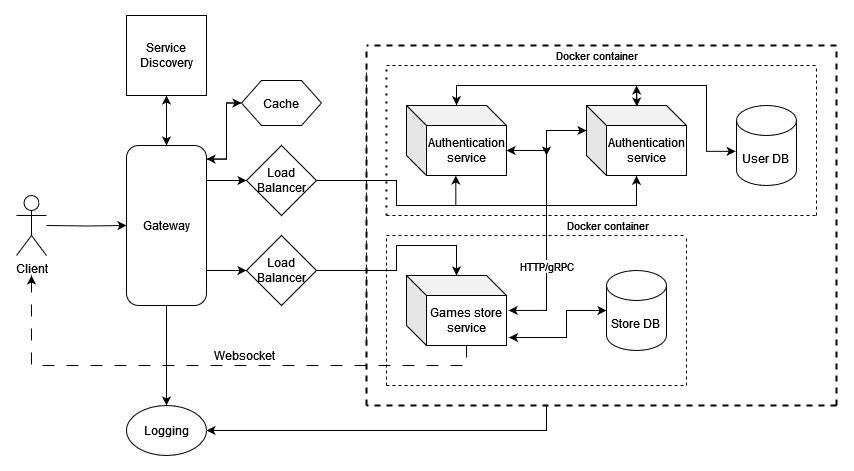
This is utils/SystemArchitecture.png from Syn4z/PAD-Labs, a draw.io export, as it was before one commit. Source tidied: cells renumbered, new cells last; positions are measured from the earlier drawing's top-left corner, leaving out a move shared by most shapes.
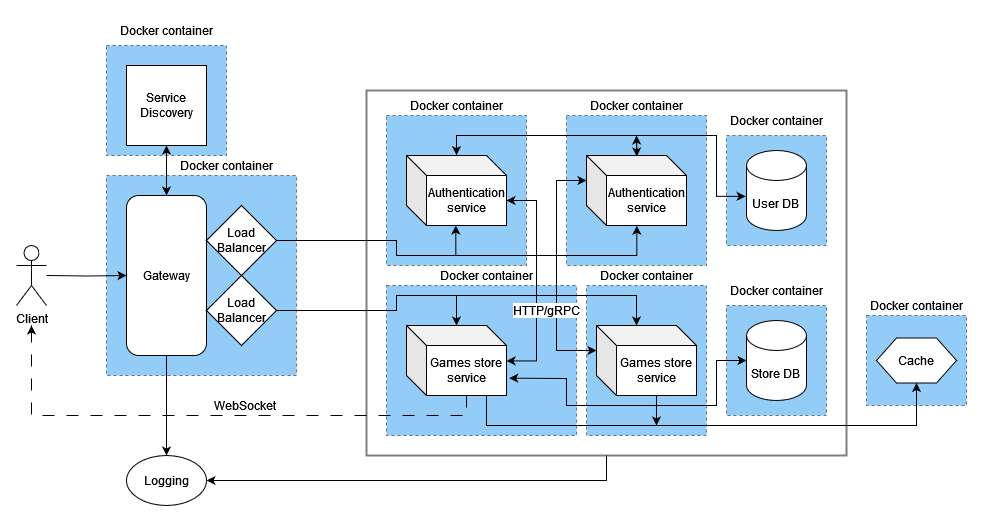
The same file after the commit.

Diff of the diagram source:
```diff
@@ -4,7 +4,37 @@
     <mxCell id="1" parent="0" />
+    <mxCell id="52" style="rounded=0;whiteSpace=wrap;html=1;opacity=50;strokeColor=default;align=center;verticalAlign=middle;fontFamily=Helvetica;fontSize=12;fontColor=default;fillColor=none;strokeWidth=2;" parent="1" vertex="1">
+      <mxGeometry x="350" y="25" width="480" height="365" as="geometry" />
+    </mxCell>
+    <mxCell id="53" style="rounded=0;whiteSpace=wrap;html=1;dashed=1;opacity=50;strokeColor=default;align=center;verticalAlign=middle;fontFamily=Helvetica;fontSize=12;fontColor=default;fillColor=#2599EE;" parent="1" vertex="1">
+      <mxGeometry x="570" y="220" width="120" height="150" as="geometry" />
+    </mxCell>
+    <mxCell id="54" style="rounded=0;whiteSpace=wrap;html=1;dashed=1;perimeterSpacing=0;opacity=50;fillColor=#2599EE;" parent="1" vertex="1">
+      <mxGeometry x="850" y="250" width="100" height="90" as="geometry" />
+    </mxCell>
+    <mxCell id="55" style="rounded=0;whiteSpace=wrap;html=1;dashed=1;opacity=50;strokeColor=default;align=center;verticalAlign=middle;fontFamily=Helvetica;fontSize=12;fontColor=default;fillColor=#2599EE;" parent="1" vertex="1">
+      <mxGeometry x="370" y="220" width="190" height="150" as="geometry" />
+    </mxCell>
+    <mxCell id="56" style="rounded=0;whiteSpace=wrap;html=1;dashed=1;perimeterSpacing=0;opacity=50;fillColor=#2599EE;" parent="1" vertex="1">
+      <mxGeometry x="90" y="-20" width="120" height="110" as="geometry" />
+    </mxCell>
+    <mxCell id="57" style="rounded=0;whiteSpace=wrap;html=1;dashed=1;perimeterSpacing=0;opacity=50;fillColor=#2599EE;" parent="1" vertex="1">
+      <mxGeometry x="90" y="110" width="190" height="200" as="geometry" />
+    </mxCell>
+    <mxCell id="58" style="rounded=0;whiteSpace=wrap;html=1;dashed=1;opacity=50;strokeColor=default;align=center;verticalAlign=middle;fontFamily=Helvetica;fontSize=12;fontColor=default;fillColor=#2599EE;" parent="1" vertex="1">
+      <mxGeometry x="710" y="240" width="100" height="110" as="geometry" />
+    </mxCell>
+    <mxCell id="59" style="rounded=0;whiteSpace=wrap;html=1;dashed=1;opacity=50;strokeColor=default;align=center;verticalAlign=middle;fontFamily=Helvetica;fontSize=12;fontColor=default;fillColor=#2599EE;" parent="1" vertex="1">
+      <mxGeometry x="710" y="70" width="100" height="110" as="geometry" />
+    </mxCell>
+    <mxCell id="60" style="rounded=0;whiteSpace=wrap;html=1;dashed=1;perimeterSpacing=0;opacity=50;fillColor=#2599EE;" parent="1" vertex="1">
+      <mxGeometry x="550" y="50" width="140" height="150" as="geometry" />
+    </mxCell>
+    <mxCell id="61" style="rounded=0;whiteSpace=wrap;html=1;dashed=1;perimeterSpacing=0;opacity=50;fillColor=#2599EE;" parent="1" vertex="1">
+      <mxGeometry x="370" y="50" width="140" height="150" as="geometry" />
+    </mxCell>
     <mxCell id="2" value="&lt;div&gt;User DB&lt;br&gt;&lt;/div&gt;" style="shape=cylinder3;whiteSpace=wrap;html=1;boundedLbl=1;backgroundOutline=1;size=15;shadow=0;" parent="1" vertex="1">
-      <mxGeometry x="720" y="90" width="60" height="80" as="geometry" />
+      <mxGeometry x="730" y="85" width="60" height="80" as="geometry" />
     </mxCell>
     <mxCell id="3" value="&lt;div&gt;Store DB&lt;br&gt;&lt;/div&gt;" style="shape=cylinder3;whiteSpace=wrap;html=1;boundedLbl=1;backgroundOutline=1;size=15;" parent="1" vertex="1">
-      <mxGeometry x="590" y="255" width="60" height="80" as="geometry" />
+      <mxGeometry x="730" y="255" width="60" height="80" as="geometry" />
     </mxCell>
@@ -18,16 +48,2 @@
     </mxCell>
-    <mxCell id="6" style="edgeStyle=orthogonalEdgeStyle;rounded=0;jettySize=auto;html=1;exitX=1;exitY=0.25;exitDx=0;exitDy=0;entryX=0;entryY=0.5;entryDx=0;entryDy=0;" parent="1" edge="1" source="11" target="18">
-      <mxGeometry relative="1" as="geometry">
-        <Array as="points">
-          <mxPoint x="190" y="165" />
-        </Array>
-      </mxGeometry>
-    </mxCell>
-    <mxCell id="7" style="edgeStyle=orthogonalEdgeStyle;rounded=0;jettySize=auto;html=1;exitX=1;exitY=0.75;exitDx=0;exitDy=0;entryX=0;entryY=0.5;entryDx=0;entryDy=0;" parent="1" edge="1" source="11" target="19">
-      <mxGeometry relative="1" as="geometry">
-        <Array as="points">
-          <mxPoint x="190" y="255" />
-        </Array>
-      </mxGeometry>
-    </mxCell>
     <mxCell id="8" style="edgeStyle=orthogonalEdgeStyle;rounded=0;jettySize=auto;html=1;exitX=0.5;exitY=0;exitDx=0;exitDy=0;" parent="1" edge="1" source="11">
@@ -37,10 +53,2 @@
     </mxCell>
-    <mxCell id="9" style="edgeStyle=orthogonalEdgeStyle;rounded=0;jettySize=auto;html=1;exitX=1.004;exitY=0.085;exitDx=0;exitDy=0;entryX=0;entryY=0.5;entryDx=0;entryDy=0;exitPerimeter=0;" parent="1" edge="1" source="11" target="29">
-      <mxGeometry relative="1" as="geometry">
-        <Array as="points">
-          <mxPoint x="210" y="144" />
-          <mxPoint x="210" y="88" />
-        </Array>
-      </mxGeometry>
-    </mxCell>
     <mxCell id="10" style="edgeStyle=orthogonalEdgeStyle;rounded=0;jettySize=auto;html=1;exitX=0.5;exitY=1;exitDx=0;exitDy=0;entryX=0.5;entryY=0;entryDx=0;entryDy=0;" parent="1" edge="1" source="11" target="35">
@@ -51,32 +59,2 @@
     </mxCell>
-    <mxCell id="12" style="endArrow=none;dashed=1;html=1;rounded=0;" parent="1" edge="1">
-      <mxGeometry relative="1" as="geometry">
-        <mxPoint x="350" y="330" as="sourcePoint" />
-        <mxPoint x="350" y="50" as="targetPoint" />
-      </mxGeometry>
-    </mxCell>
-    <mxCell id="13" style="endArrow=none;dashed=1;html=1;rounded=0;strokeWidth=2;" parent="1" edge="1">
-      <mxGeometry relative="1" as="geometry">
-        <mxPoint x="350" y="390" as="sourcePoint" />
-        <mxPoint x="350" y="30" as="targetPoint" />
-      </mxGeometry>
-    </mxCell>
-    <mxCell id="14" style="endArrow=none;dashed=1;html=1;rounded=0;strokeWidth=2;" parent="1" edge="1">
-      <mxGeometry relative="1" as="geometry">
-        <mxPoint x="820" y="390" as="sourcePoint" />
-        <mxPoint x="820" y="30" as="targetPoint" />
-      </mxGeometry>
-    </mxCell>
-    <mxCell id="15" style="endArrow=none;dashed=1;html=1;rounded=0;strokeWidth=2;" parent="1" edge="1">
-      <mxGeometry relative="1" as="geometry">
-        <mxPoint x="820" y="30" as="sourcePoint" />
-        <mxPoint x="350" y="30" as="targetPoint" />
-      </mxGeometry>
-    </mxCell>
-    <mxCell id="16" style="endArrow=none;dashed=1;html=1;rounded=0;strokeWidth=2;" parent="1" edge="1">
-      <mxGeometry relative="1" as="geometry">
-        <mxPoint x="820" y="390" as="sourcePoint" />
-        <mxPoint x="350" y="390" as="targetPoint" />
-      </mxGeometry>
-    </mxCell>
     <mxCell id="17" value="Authentication service" style="shape=cube;whiteSpace=wrap;html=1;boundedLbl=1;backgroundOutline=1;darkOpacity=0.05;darkOpacity2=0.1;" parent="1" vertex="1">
@@ -85,6 +63,6 @@
     <mxCell id="18" value="Load Balancer" style="rhombus;whiteSpace=wrap;html=1;" parent="1" vertex="1">
-      <mxGeometry x="230" y="130" width="70" height="70" as="geometry" />
+      <mxGeometry x="190" y="140" width="70" height="70" as="geometry" />
     </mxCell>
     <mxCell id="19" value="Load Balancer" style="rhombus;whiteSpace=wrap;html=1;" parent="1" vertex="1">
-      <mxGeometry x="230" y="220" width="70" height="70" as="geometry" />
+      <mxGeometry x="190" y="210" width="70" height="70" as="geometry" />
     </mxCell>
@@ -99,3 +77,3 @@
     </mxCell>
-    <mxCell id="21" value="&lt;font style=&quot;font-size: 12px;&quot;&gt;Websocket&lt;/font&gt;" style="edgeLabel;html=1;align=center;verticalAlign=middle;" parent="20" vertex="1">
+    <mxCell id="21" value="&lt;font style=&quot;font-size: 12px;&quot;&gt;WebSocket&lt;/font&gt;" style="edgeLabel;html=1;align=center;verticalAlign=middle;" parent="20" vertex="1">
       <mxGeometry x="-0.26" y="-1" relative="1" as="geometry">
@@ -104,2 +82,11 @@
     </mxCell>
+    <mxCell id="62" style="edgeStyle=orthogonalEdgeStyle;rounded=0;jettySize=auto;html=1;exitX=0;exitY=0;exitDx=60;exitDy=70;exitPerimeter=0;entryX=0.5;entryY=1;entryDx=0;entryDy=0;fontFamily=Helvetica;fontSize=12;fontColor=default;" parent="1" edge="1" source="22" target="29">
+      <mxGeometry relative="1" as="geometry">
+        <Array as="points">
+          <mxPoint x="470" y="330" />
+          <mxPoint x="470" y="360" />
+          <mxPoint x="900" y="360" />
+        </Array>
+      </mxGeometry>
+    </mxCell>
     <mxCell id="22" value="Games store service" style="shape=cube;whiteSpace=wrap;html=1;boundedLbl=1;backgroundOutline=1;darkOpacity=0.05;darkOpacity2=0.1;" parent="1" vertex="1">
@@ -111,3 +98,3 @@
         <Array as="points">
-          <mxPoint x="380" y="255" />
+          <mxPoint x="380" y="245" />
           <mxPoint x="380" y="230" />
@@ -120,3 +107,3 @@
         <Array as="points">
-          <mxPoint x="380" y="165" />
+          <mxPoint x="380" y="175" />
           <mxPoint x="380" y="190" />
@@ -137,6 +124,5 @@
         <Array as="points">
-          <mxPoint x="380" y="165" />
+          <mxPoint x="380" y="175" />
           <mxPoint x="380" y="190" />
           <mxPoint x="620" y="190" />
-          <mxPoint x="620" y="160" />
         </Array>
@@ -148,4 +134,4 @@
           <mxPoint x="440" y="70" />
-          <mxPoint x="690" y="70" />
-          <mxPoint x="690" y="136" />
+          <mxPoint x="700" y="70" />
+          <mxPoint x="700" y="131" />
         </Array>
@@ -154,3 +140,3 @@
     <mxCell id="29" value="Cache" style="shape=hexagon;perimeter=hexagonPerimeter2;whiteSpace=wrap;html=1;fixedSize=1;" parent="1" vertex="1">
-      <mxGeometry x="225" y="65" width="80" height="45" as="geometry" />
+      <mxGeometry x="860" y="272.5" width="80" height="45" as="geometry" />
     </mxCell>
@@ -162,10 +148,2 @@
     </mxCell>
-    <mxCell id="32" style="edgeStyle=orthogonalEdgeStyle;rounded=0;jettySize=auto;html=1;exitX=0;exitY=0.5;exitDx=0;exitDy=0;entryX=1;entryY=0.085;entryDx=0;entryDy=0;entryPerimeter=0;" parent="1" edge="1" source="29" target="11">
-      <mxGeometry relative="1" as="geometry">
-        <Array as="points">
-          <mxPoint x="210" y="88" />
-          <mxPoint x="210" y="144" />
-        </Array>
-      </mxGeometry>
-    </mxCell>
     <mxCell id="33" style="endArrow=classic;html=1;rounded=0;entryX=0.503;entryY=0.014;entryDx=0;entryDy=0;entryPerimeter=0;" parent="1" edge="1" target="26">
@@ -183,7 +161,6 @@
     </mxCell>
-    <mxCell id="36" style="endArrow=classic;html=1;rounded=0;entryX=1;entryY=0.5;entryDx=0;entryDy=0;" parent="1" edge="1" target="35">
+    <mxCell id="36" style="endArrow=classic;html=1;rounded=0;entryX=1;entryY=0.5;entryDx=0;entryDy=0;exitX=0.5;exitY=1;exitDx=0;exitDy=0;" parent="1" edge="1" source="52" target="35">
       <mxGeometry relative="1" as="geometry">
-        <mxPoint x="530" y="390" as="sourcePoint" />
         <Array as="points">
-          <mxPoint x="530" y="415" />
+          <mxPoint x="590" y="415" />
         </Array>
@@ -191,7 +168,52 @@
     </mxCell>
+    <mxCell id="51" style="endArrow=classic;startArrow=classic;html=1;rounded=0;entryX=0;entryY=0.5;entryDx=0;entryDy=0;entryPerimeter=0;exitX=1.027;exitY=0.752;exitDx=0;exitDy=0;exitPerimeter=0;" parent="1" edge="1" source="22" target="3">
+      <mxGeometry relative="1" as="geometry">
+        <Array as="points">
+          <mxPoint x="550" y="313" />
+          <mxPoint x="550" y="340" />
+          <mxPoint x="700" y="340" />
+          <mxPoint x="700" y="295" />
+        </Array>
+      </mxGeometry>
+    </mxCell>
+    <mxCell id="63" value="Docker container" style="text;html=1;align=center;verticalAlign=middle;whiteSpace=wrap;rounded=0;" parent="1" vertex="1">
+      <mxGeometry x="390" y="25" width="100" height="30" as="geometry" />
+    </mxCell>
+    <mxCell id="64" value="Docker container" style="text;html=1;align=center;verticalAlign=middle;whiteSpace=wrap;rounded=0;" parent="1" vertex="1">
+      <mxGeometry x="710" y="40" width="100" height="30" as="geometry" />
+    </mxCell>
+    <mxCell id="65" value="Docker container" style="text;html=1;align=center;verticalAlign=middle;whiteSpace=wrap;rounded=0;" parent="1" vertex="1">
+      <mxGeometry x="420" y="195" width="100" height="30" as="geometry" />
+    </mxCell>
+    <mxCell id="66" value="Docker container" style="text;html=1;align=center;verticalAlign=middle;whiteSpace=wrap;rounded=0;" parent="1" vertex="1">
+      <mxGeometry x="710" y="210" width="100" height="30" as="geometry" />
+    </mxCell>
+    <mxCell id="67" value="Docker container" style="text;html=1;align=center;verticalAlign=middle;whiteSpace=wrap;rounded=0;" parent="1" vertex="1">
+      <mxGeometry x="570" y="25" width="100" height="30" as="geometry" />
+    </mxCell>
+    <mxCell id="68" value="Docker container" style="text;html=1;align=center;verticalAlign=middle;whiteSpace=wrap;rounded=0;" parent="1" vertex="1">
+      <mxGeometry x="160" y="85" width="100" height="30" as="geometry" />
+    </mxCell>
+    <mxCell id="69" value="Docker container" style="text;html=1;align=center;verticalAlign=middle;whiteSpace=wrap;rounded=0;" parent="1" vertex="1">
+      <mxGeometry x="100" y="-50" width="100" height="30" as="geometry" />
+    </mxCell>
+    <mxCell id="70" value="Docker container" style="text;html=1;align=center;verticalAlign=middle;whiteSpace=wrap;rounded=0;" parent="1" vertex="1">
+      <mxGeometry x="850" y="225" width="100" height="30" as="geometry" />
+    </mxCell>
+    <mxCell id="71" style="edgeStyle=orthogonalEdgeStyle;rounded=0;jettySize=auto;html=1;exitX=0;exitY=0;exitDx=60;exitDy=70;exitPerimeter=0;fontFamily=Helvetica;fontSize=12;fontColor=default;" parent="1" edge="1" source="72">
+      <mxGeometry relative="1" as="geometry">
+        <mxPoint x="640" y="360" as="targetPoint" />
+      </mxGeometry>
+    </mxCell>
+    <mxCell id="72" value="Games store service" style="shape=cube;whiteSpace=wrap;html=1;boundedLbl=1;backgroundOutline=1;darkOpacity=0.05;darkOpacity2=0.1;" parent="1" vertex="1">
+      <mxGeometry x="580" y="260" width="100" height="70" as="geometry" />
+    </mxCell>
+    <mxCell id="73" value="Docker container" style="text;html=1;align=center;verticalAlign=middle;whiteSpace=wrap;rounded=0;" parent="1" vertex="1">
+      <mxGeometry x="580" y="195" width="100" height="30" as="geometry" />
+    </mxCell>
-    <mxCell id="37" style="edgeStyle=orthogonalEdgeStyle;rounded=0;jettySize=auto;html=1;exitX=0;exitY=0;exitDx=100;exitDy=45;exitPerimeter=0;entryX=1.022;entryY=0.499;entryDx=0;entryDy=0;entryPerimeter=0;" parent="1" edge="1" source="17" target="22">
+    <mxCell id="37" style="edgeStyle=orthogonalEdgeStyle;rounded=0;jettySize=auto;html=1;exitX=0;exitY=0;exitDx=100;exitDy=45;exitPerimeter=0;entryX=1;entryY=0.506;entryDx=0;entryDy=0;entryPerimeter=0;fontFamily=Helvetica;fontSize=12;fontColor=default;" parent="1" edge="1" source="17" target="22">
       <mxGeometry relative="1" as="geometry">
         <Array as="points">
-          <mxPoint x="530" y="135" />
-          <mxPoint x="530" y="295" />
+          <mxPoint x="520" y="135" />
+          <mxPoint x="520" y="295" />
         </Array>
@@ -199,86 +221,35 @@
     </mxCell>
+    <mxCell id="74" style="edgeStyle=orthogonalEdgeStyle;rounded=0;jettySize=auto;html=1;exitX=0;exitY=0;exitDx=0;exitDy=25;exitPerimeter=0;entryX=0;entryY=0;entryDx=0;entryDy=25;entryPerimeter=0;fontFamily=Helvetica;fontSize=12;fontColor=default;" parent="1" edge="1" source="26" target="72">
+      <mxGeometry relative="1" as="geometry">
+        <Array as="points">
+          <mxPoint x="540" y="115" />
+          <mxPoint x="540" y="285" />
+        </Array>
+      </mxGeometry>
+    </mxCell>
-    <mxCell id="38" value="HTTP/gRPC" style="edgeLabel;html=1;align=center;verticalAlign=middle;" parent="37" vertex="1">
-      <mxGeometry x="0.11" relative="1" as="geometry">
-        <mxPoint y="23" as="offset" />
+    <mxCell id="38" value="HTTP/gRPC" style="edgeLabel;html=1;align=center;verticalAlign=middle;rounded=0;dashed=1;opacity=50;strokeColor=default;fontFamily=Helvetica;fontSize=12;fontColor=default;fillColor=#2599EE;" parent="74" vertex="1">
+      <mxGeometry x="0.01" y="-1" relative="1" as="geometry">
+        <mxPoint x="-9" y="38" as="offset" />
       </mxGeometry>
     </mxCell>
-    <mxCell id="39" style="endArrow=classic;startArrow=classic;html=1;rounded=0;entryX=0;entryY=0;entryDx=0;entryDy=25;entryPerimeter=0;jumpSize=1;strokeWidth=1;" parent="1" edge="1" target="26">
-      <mxGeometry relative="1" as="geometry">
-        <mxPoint x="530" y="140" as="sourcePoint" />
-        <Array as="points">
-          <mxPoint x="530" y="115" />
-        </Array>
-      </mxGeometry>
-    </mxCell>
-    <mxCell id="40" style="endArrow=classic;html=1;rounded=0;entryX=0;entryY=0;entryDx=100;entryDy=45;entryPerimeter=0;" parent="1" edge="1" target="17">
-      <mxGeometry relative="1" as="geometry">
-        <mxPoint x="510" y="135" as="sourcePoint" />
-      </mxGeometry>
-    </mxCell>
-    <mxCell id="41" style="endArrow=none;dashed=1;html=1;dashPattern=1 3;strokeWidth=2;rounded=0;" parent="1" edge="1">
-      <mxGeometry relative="1" as="geometry">
-        <mxPoint x="370" y="200" as="sourcePoint" />
-        <mxPoint x="370" y="50" as="targetPoint" />
-      </mxGeometry>
-    </mxCell>
-    <mxCell id="42" style="endArrow=none;dashed=1;html=1;rounded=0;" parent="1" edge="1">
-      <mxGeometry relative="1" as="geometry">
-        <mxPoint x="370" y="200" as="sourcePoint" />
-        <mxPoint x="800" y="200" as="targetPoint" />
-      </mxGeometry>
-    </mxCell>
-    <mxCell id="43" style="endArrow=none;dashed=1;html=1;rounded=0;" parent="1" edge="1">
-      <mxGeometry relative="1" as="geometry">
-        <mxPoint x="800" y="200" as="sourcePoint" />
-        <mxPoint x="800" y="50" as="targetPoint" />
-      </mxGeometry>
-    </mxCell>
-    <mxCell id="44" style="endArrow=none;dashed=1;html=1;rounded=0;" parent="1" edge="1">
-      <mxGeometry relative="1" as="geometry">
-        <mxPoint x="370" y="50" as="sourcePoint" />
-        <mxPoint x="800" y="50" as="targetPoint" />
-      </mxGeometry>
-    </mxCell>
-    <mxCell id="45" value="Docker container" style="edgeLabel;html=1;align=center;verticalAlign=middle;" parent="44" vertex="1">
-      <mxGeometry x="-0.02" y="3" relative="1" as="geometry">
-        <mxPoint x="-2" y="-7" as="offset" />
-      </mxGeometry>
-    </mxCell>
-    <mxCell id="46" style="endArrow=none;dashed=1;html=1;rounded=0;" parent="1" edge="1">
-      <mxGeometry relative="1" as="geometry">
-        <mxPoint x="370" y="220" as="sourcePoint" />
-        <mxPoint x="670" y="220" as="targetPoint" />
-      </mxGeometry>
-    </mxCell>
-    <mxCell id="47" value="Docker container" style="edgeLabel;html=1;align=center;verticalAlign=middle;" parent="46" vertex="1">
-      <mxGeometry x="0.22" y="-2" relative="1" as="geometry">
-        <mxPoint x="37" y="-12" as="offset" />
-      </mxGeometry>
-    </mxCell>
-    <mxCell id="48" style="endArrow=none;dashed=1;html=1;rounded=0;" parent="1" edge="1">
-      <mxGeometry relative="1" as="geometry">
-        <mxPoint x="370" y="370" as="sourcePoint" />
-        <mxPoint x="370" y="220" as="targetPoint" />
-      </mxGeometry>
-    </mxCell>
-    <mxCell id="49" style="endArrow=none;dashed=1;html=1;rounded=0;" parent="1" edge="1">
-      <mxGeometry relative="1" as="geometry">
-        <mxPoint x="370" y="370" as="sourcePoint" />
-        <mxPoint x="670" y="370" as="targetPoint" />
-      </mxGeometry>
-    </mxCell>
-    <mxCell id="50" style="endArrow=none;dashed=1;html=1;rounded=0;" parent="1" edge="1">
-      <mxGeometry relative="1" as="geometry">
-        <mxPoint x="670" y="370" as="sourcePoint" />
-        <mxPoint x="670" y="220" as="targetPoint" />
-      </mxGeometry>
-    </mxCell>
-    <mxCell id="51" style="endArrow=classic;startArrow=classic;html=1;rounded=0;entryX=0;entryY=0.5;entryDx=0;entryDy=0;entryPerimeter=0;exitX=1.025;exitY=0.886;exitDx=0;exitDy=0;exitPerimeter=0;" parent="1" edge="1" source="22" target="3">
-      <mxGeometry relative="1" as="geometry">
-        <Array as="points">
-          <mxPoint x="550" y="322" />
-          <mxPoint x="550" y="295" />
-        </Array>
-      </mxGeometry>
-    </mxCell>
+    <mxCell id="75" style="endArrow=classic;html=1;rounded=0;fontFamily=Helvetica;fontSize=12;fontColor=default;entryX=0;entryY=0;entryDx=100;entryDy=45;entryPerimeter=0;" parent="1" edge="1" target="17">
+      <mxGeometry relative="1" as="geometry">
+        <mxPoint x="510" y="135" as="sourcePoint" />
+      </mxGeometry>
+    </mxCell>
+    <mxCell id="76" style="endArrow=classic;html=1;rounded=0;fontFamily=Helvetica;fontSize=12;fontColor=default;entryX=0;entryY=0;entryDx=0;entryDy=25;entryPerimeter=0;" parent="1" edge="1" target="26">
+      <mxGeometry relative="1" as="geometry">
+        <mxPoint x="540" y="115" as="sourcePoint" />
+      </mxGeometry>
+    </mxCell>
+    <mxCell id="77" style="endArrow=classic;html=1;rounded=0;fontFamily=Helvetica;fontSize=12;fontColor=default;entryX=0;entryY=0;entryDx=40;entryDy=0;entryPerimeter=0;" parent="1" edge="1" target="72">
+      <mxGeometry relative="1" as="geometry">
+        <mxPoint x="440" y="230" as="sourcePoint" />
+        <Array as="points">
+          <mxPoint x="570" y="230" />
+          <mxPoint x="620" y="230" />
+          <mxPoint x="620" y="240" />
+        </Array>
+      </mxGeometry>
+    </mxCell>
   </root>
```
